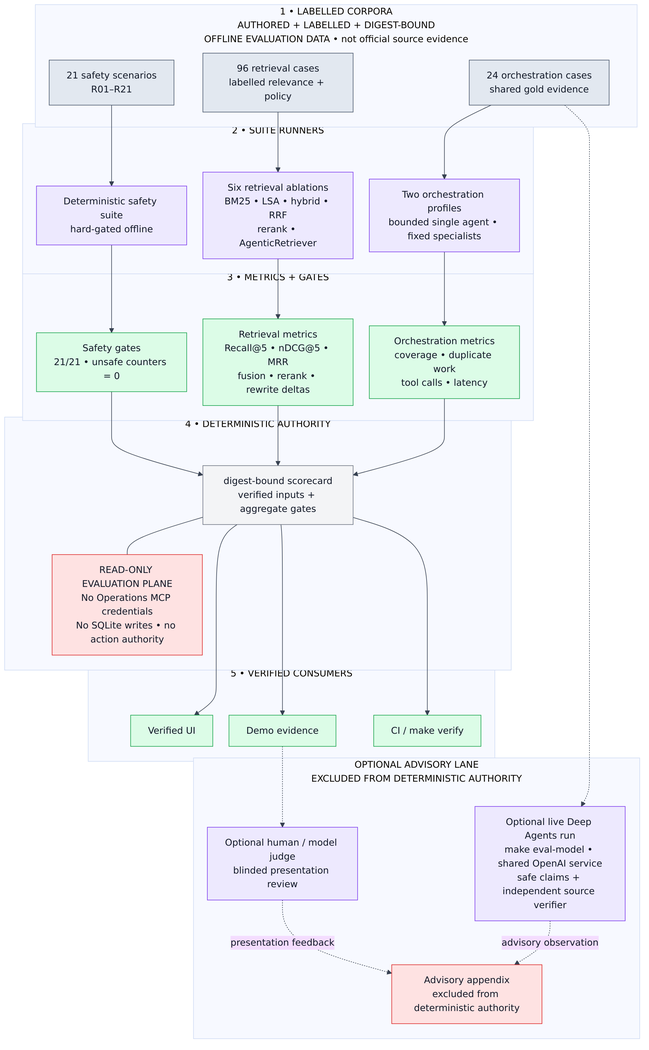
The Mermaid diagram docs/images/10_evaluation_architecture.png in nagarjunakanamarlapudi/reacall-agents, before a commit. Its source is kept beside it as docs/images/10_evaluation_architecture.mmd.
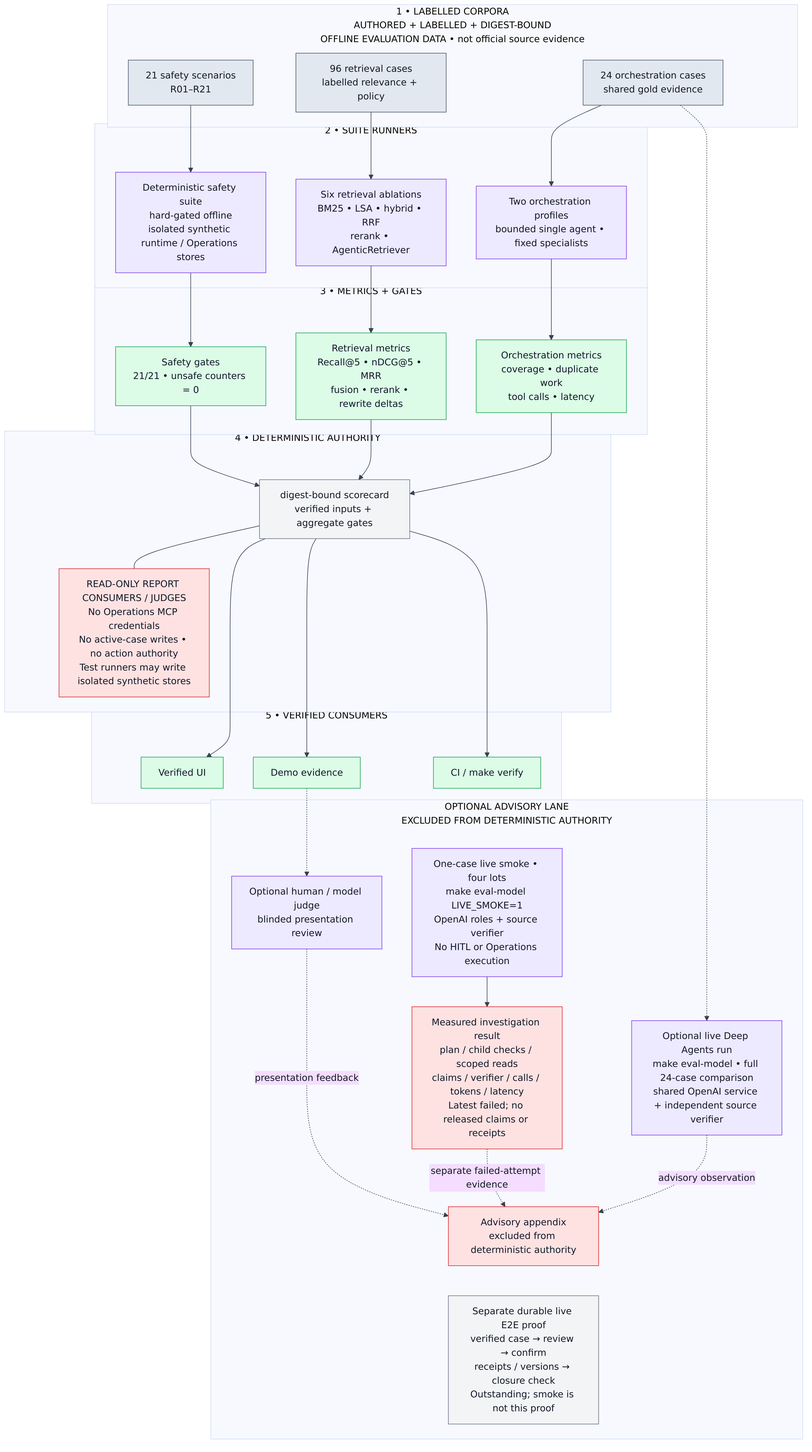
The same diagram one commit later.

What changed in the source:
```diff
@@ -1,4 +1,4 @@
-%%{init: {"themeCSS": ".cluster-label div {white-space: nowrap !important; max-width: none !important; width: max-content !important;}", "flowchart": {"rankSpacing": 52, "nodeSpacing": 28, "subGraphTitleMargin": {"top": 0, "bottom": 58}}}}%%
+%%{init: {"themeCSS": ".cluster-label div {white-space: nowrap !important; max-width: none !important; width: max-content !important;}", "flowchart": {"rankSpacing": 52, "nodeSpacing": 52, "subGraphTitleMargin": {"top": 0, "bottom": 58}}}}%%
 flowchart TB
   classDef evaldata fill:#e2e8f0,stroke:#475569,color:#111827
   classDef reason fill:#ede9fe,stroke:#7c3aed,color:#111827
@@ -15,7 +15,7 @@
 
   subgraph RUNNERS["2 • SUITE RUNNERS"]
     direction LR
-    SAFETY_RUN["Deterministic safety suite<br/>hard-gated offline"]:::reason
+    SAFETY_RUN["Deterministic safety suite<br/>hard-gated offline<br/>isolated synthetic runtime / Operations stores"]:::reason
     RETRIEVAL_RUN["Six retrieval ablations<br/>BM25 • LSA • hybrid • RRF<br/>rerank • AgenticRetriever"]:::reason
     ORCHESTRATION_RUN["Two orchestration profiles<br/>bounded single agent • fixed specialists"]:::reason
   end
@@ -30,13 +30,16 @@
   subgraph AUTHORITY["4 • DETERMINISTIC AUTHORITY"]
     direction TB
     SCORECARD["digest-bound scorecard<br/>verified inputs + aggregate gates"]:::state
-    EVAL_BOUNDARY["READ-ONLY EVALUATION PLANE<br/>No Operations MCP credentials<br/>No SQLite writes • no action authority"]:::human
+    EVAL_BOUNDARY["READ-ONLY REPORT CONSUMERS / JUDGES<br/>No Operations MCP credentials<br/>No active-case writes • no action authority<br/>Test runners may write isolated synthetic stores"]:::human
     SCORECARD --- EVAL_BOUNDARY
   end
 
   subgraph OPTIONAL["OPTIONAL ADVISORY LANE<br/>EXCLUDED FROM DETERMINISTIC AUTHORITY"]
     direction TB
-    LIVE["Optional live Deep Agents run<br/>make eval-model • shared OpenAI service<br/>safe claims + independent source verifier"]:::reason
+    LIVE["Optional live Deep Agents run<br/>make eval-model • full 24-case comparison<br/>shared OpenAI service + independent source verifier"]:::reason
+    SMOKE["One-case live smoke • four lots<br/>make eval-model LIVE_SMOKE=1<br/>OpenAI roles + source verifier<br/>No HITL or Operations execution"]:::reason
+    SMOKE_RESULT["Measured investigation result<br/>plan / child checks / scoped reads<br/>claims / verifier / calls / tokens / latency<br/>Latest failed; no released claims or receipts"]:::human
+    HITL_PROOF["Separate durable live E2E proof<br/>verified case → review → confirm<br/>receipts / versions → closure check<br/>Outstanding; smoke is not this proof"]:::state
     JUDGE["Optional human / model judge<br/>blinded presentation review"]:::reason
     ADVISORY["Advisory appendix<br/>excluded from deterministic authority"]:::human
   end
@@ -59,8 +62,11 @@
   SCORECARD --> CI
 
   EVAL_BOUNDARY ~~~ UI
-  CI ~~~ LIVE
+  CI ~~~ SMOKE
   ORCHESTRATION -.-> LIVE
   DEMO -.-> JUDGE
   LIVE -. advisory observation .-> ADVISORY
+  SMOKE --> SMOKE_RESULT
+  ADVISORY ~~~ HITL_PROOF
+  SMOKE_RESULT -. separate failed-attempt evidence .-> ADVISORY
   JUDGE -. presentation feedback .-> ADVISORY
```
